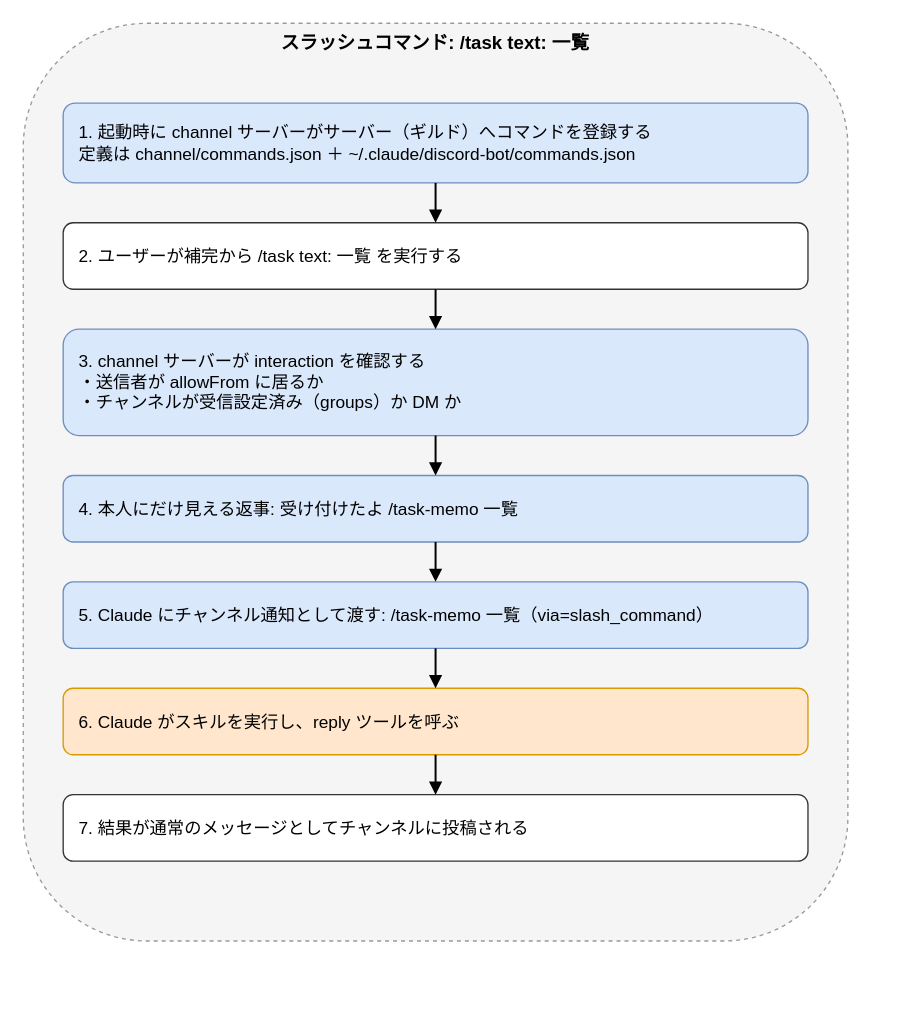
Earlier version of the draw.io diagram docs/diagrams/slash-command.drawio (ryuki-imachi/claude-code-discord-bot). Source tidied: cells renumbered, new cells numbered last; positions are measured from the earlier drawing's top-left corner, leaving out a move shared by most shapes. Both pictures are drawn from the tidied source at 133%, with x=0, y=0 at pixel (23, 23).
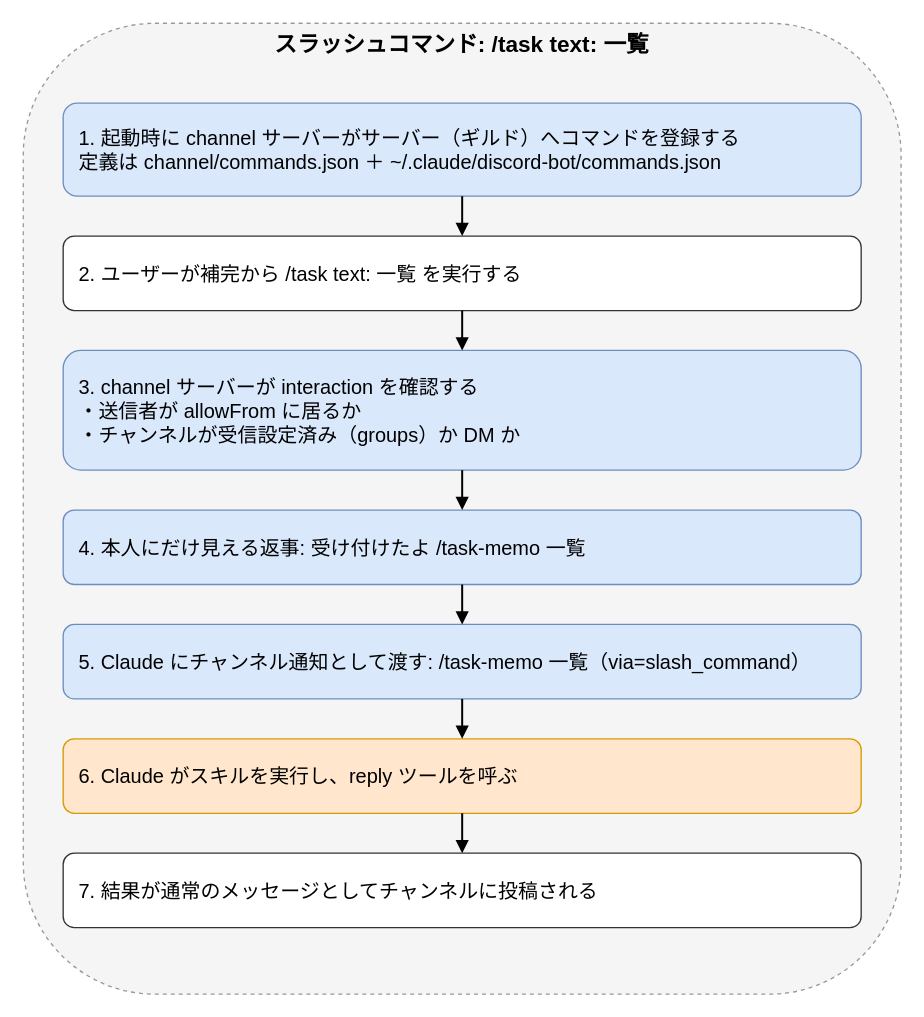
The same diagram, later.

Diff of the diagram source:
```diff
@@
 <mxGraphModel>
   <root>
     <mxCell id="0" />
     <mxCell id="1" parent="0" />
-    <mxCell id="2" value="スラッシュコマンド: /task text: 一覧" style="rounded=1;whiteSpace=wrap;html=1;fillColor=#F5F5F5;strokeColor=#999999;dashed=1;verticalAlign=top;fontStyle=1;fontSize=14;" parent="1" vertex="1">
-      <mxGeometry width="620" height="690" as="geometry" />
+    <mxCell id="2" value="スラッシュコマンド: /task text: 一覧" style="rounded=1;whiteSpace=wrap;html=1;fillColor=#F5F5F5;strokeColor=#999999;dashed=1;verticalAlign=top;fontStyle=1;fontSize=17;" parent="1" vertex="1">
+      <mxGeometry width="660" height="730" as="geometry" />
     </mxCell>
-    <mxCell id="3" value="1. 起動時に channel サーバーがサーバー（ギルド）へコマンドを登録する&lt;br&gt;定義は channel/commands.json ＋ ~/.claude/discord-bot/commands.json" style="rounded=1;whiteSpace=wrap;html=1;fillColor=#DAE8FC;strokeColor=#6C8EBF;fontSize=13;align=left;spacingLeft=10;" parent="2" vertex="1">
-      <mxGeometry x="30" y="60" width="560" height="60" as="geometry" />
+    <mxCell id="3" value="1. 起動時に channel サーバーがサーバー（ギルド）へコマンドを登録する&lt;br&gt;定義は channel/commands.json ＋ ~/.claude/discord-bot/commands.json" style="rounded=1;whiteSpace=wrap;html=1;fillColor=#DAE8FC;strokeColor=#6C8EBF;fontSize=15;align=left;spacingLeft=10;" parent="2" vertex="1">
+      <mxGeometry x="30" y="60" width="600" height="70" as="geometry" />
     </mxCell>
-    <mxCell id="4" value="2. ユーザーが補完から /task text: 一覧 を実行する" style="rounded=1;whiteSpace=wrap;html=1;fillColor=#FFFFFF;strokeColor=#333333;fontSize=13;align=left;spacingLeft=10;" parent="2" vertex="1">
-      <mxGeometry x="30" y="150" width="560" height="50" as="geometry" />
+    <mxCell id="4" value="2. ユーザーが補完から /task text: 一覧 を実行する" style="rounded=1;whiteSpace=wrap;html=1;fillColor=#FFFFFF;strokeColor=#333333;fontSize=15;align=left;spacingLeft=10;" parent="2" vertex="1">
+      <mxGeometry x="30" y="160" width="600" height="56" as="geometry" />
     </mxCell>
-    <mxCell id="5" value="3. channel サーバーが interaction を確認する&lt;br&gt;・送信者が allowFrom に居るか&lt;br&gt;・チャンネルが受信設定済み（groups）か DM か" style="rounded=1;whiteSpace=wrap;html=1;fillColor=#DAE8FC;strokeColor=#6C8EBF;fontSize=13;align=left;spacingLeft=10;" parent="2" vertex="1">
-      <mxGeometry x="30" y="230" width="560" height="80" as="geometry" />
+    <mxCell id="5" value="3. channel サーバーが interaction を確認する&lt;br&gt;・送信者が allowFrom に居るか&lt;br&gt;・チャンネルが受信設定済み（groups）か DM か" style="rounded=1;whiteSpace=wrap;html=1;fillColor=#DAE8FC;strokeColor=#6C8EBF;fontSize=15;align=left;spacingLeft=10;" parent="2" vertex="1">
+      <mxGeometry x="30" y="246" width="600" height="90" as="geometry" />
     </mxCell>
-    <mxCell id="6" value="4. 本人にだけ見える返事: 受け付けたよ /task-memo 一覧" style="rounded=1;whiteSpace=wrap;html=1;fillColor=#DAE8FC;strokeColor=#6C8EBF;fontSize=13;align=left;spacingLeft=10;" parent="2" vertex="1">
-      <mxGeometry x="30" y="340" width="560" height="50" as="geometry" />
+    <mxCell id="6" value="4. 本人にだけ見える返事: 受け付けたよ /task-memo 一覧" style="rounded=1;whiteSpace=wrap;html=1;fillColor=#DAE8FC;strokeColor=#6C8EBF;fontSize=15;align=left;spacingLeft=10;" parent="2" vertex="1">
+      <mxGeometry x="30" y="366" width="600" height="56" as="geometry" />
     </mxCell>
-    <mxCell id="7" value="5. Claude にチャンネル通知として渡す: /task-memo 一覧（via=slash_command）" style="rounded=1;whiteSpace=wrap;html=1;fillColor=#DAE8FC;strokeColor=#6C8EBF;fontSize=13;align=left;spacingLeft=10;" parent="2" vertex="1">
-      <mxGeometry x="30" y="420" width="560" height="50" as="geometry" />
+    <mxCell id="7" value="5. Claude にチャンネル通知として渡す: /task-memo 一覧（via=slash_command）" style="rounded=1;whiteSpace=wrap;html=1;fillColor=#DAE8FC;strokeColor=#6C8EBF;fontSize=15;align=left;spacingLeft=10;" parent="2" vertex="1">
+      <mxGeometry x="30" y="452" width="600" height="56" as="geometry" />
     </mxCell>
-    <mxCell id="8" value="6. Claude がスキルを実行し、reply ツールを呼ぶ" style="rounded=1;whiteSpace=wrap;html=1;fillColor=#FFE6CC;strokeColor=#D79B00;fontSize=13;align=left;spacingLeft=10;" parent="2" vertex="1">
-      <mxGeometry x="30" y="500" width="560" height="50" as="geometry" />
+    <mxCell id="8" value="6. Claude がスキルを実行し、reply ツールを呼ぶ" style="rounded=1;whiteSpace=wrap;html=1;fillColor=#FFE6CC;strokeColor=#D79B00;fontSize=15;align=left;spacingLeft=10;" parent="2" vertex="1">
+      <mxGeometry x="30" y="538" width="600" height="56" as="geometry" />
     </mxCell>
-    <mxCell id="9" value="7. 結果が通常のメッセージとしてチャンネルに投稿される" style="rounded=1;whiteSpace=wrap;html=1;fillColor=#FFFFFF;strokeColor=#333333;fontSize=13;align=left;spacingLeft=10;" parent="2" vertex="1">
-      <mxGeometry x="30" y="580" width="560" height="50" as="geometry" />
+    <mxCell id="9" value="7. 結果が通常のメッセージとしてチャンネルに投稿される" style="rounded=1;whiteSpace=wrap;html=1;fillColor=#FFFFFF;strokeColor=#333333;fontSize=15;align=left;spacingLeft=10;" parent="2" vertex="1">
+      <mxGeometry x="30" y="624" width="600" height="56" as="geometry" />
     </mxCell>
-    <mxCell id="10" style="edgeStyle=orthogonalEdgeStyle;rounded=0;html=1;fontSize=12;endArrow=block;endFill=1;strokeWidth=1.5;" parent="1" edge="1" source="3" target="4">
+    <mxCell id="10" style="edgeStyle=orthogonalEdgeStyle;rounded=0;html=1;fontSize=14;endArrow=block;endFill=1;strokeWidth=1.5;" parent="1" edge="1" source="3" target="4">
       <mxGeometry relative="1" as="geometry" />
     </mxCell>
-    <mxCell id="11" style="edgeStyle=orthogonalEdgeStyle;rounded=0;html=1;fontSize=12;endArrow=block;endFill=1;strokeWidth=1.5;" parent="1" edge="1" source="4" target="5">
+    <mxCell id="11" style="edgeStyle=orthogonalEdgeStyle;rounded=0;html=1;fontSize=14;endArrow=block;endFill=1;strokeWidth=1.5;" parent="1" edge="1" source="4" target="5">
       <mxGeometry relative="1" as="geometry" />
     </mxCell>
-    <mxCell id="12" style="edgeStyle=orthogonalEdgeStyle;rounded=0;html=1;fontSize=12;endArrow=block;endFill=1;strokeWidth=1.5;" parent="1" edge="1" source="5" target="6">
+    <mxCell id="12" style="edgeStyle=orthogonalEdgeStyle;rounded=0;html=1;fontSize=14;endArrow=block;endFill=1;strokeWidth=1.5;" parent="1" edge="1" source="5" target="6">
       <mxGeometry relative="1" as="geometry" />
     </mxCell>
-    <mxCell id="13" style="edgeStyle=orthogonalEdgeStyle;rounded=0;html=1;fontSize=12;endArrow=block;endFill=1;strokeWidth=1.5;" parent="1" edge="1" source="6" target="7">
+    <mxCell id="13" style="edgeStyle=orthogonalEdgeStyle;rounded=0;html=1;fontSize=14;endArrow=block;endFill=1;strokeWidth=1.5;" parent="1" edge="1" source="6" target="7">
       <mxGeometry relative="1" as="geometry" />
     </mxCell>
-    <mxCell id="14" style="edgeStyle=orthogonalEdgeStyle;rounded=0;html=1;fontSize=12;endArrow=block;endFill=1;strokeWidth=1.5;" parent="1" edge="1" source="7" target="8">
+    <mxCell id="14" style="edgeStyle=orthogonalEdgeStyle;rounded=0;html=1;fontSize=14;endArrow=block;endFill=1;strokeWidth=1.5;" parent="1" edge="1" source="7" target="8">
       <mxGeometry relative="1" as="geometry" />
     </mxCell>
-    <mxCell id="15" style="edgeStyle=orthogonalEdgeStyle;rounded=0;html=1;fontSize=12;endArrow=block;endFill=1;strokeWidth=1.5;" parent="1" edge="1" source="8" target="9">
+    <mxCell id="15" style="edgeStyle=orthogonalEdgeStyle;rounded=0;html=1;fontSize=14;endArrow=block;endFill=1;strokeWidth=1.5;" parent="1" edge="1" source="8" target="9">
       <mxGeometry relative="1" as="geometry" />
     </mxCell>
   </root>
 </mxGraphModel>
```
